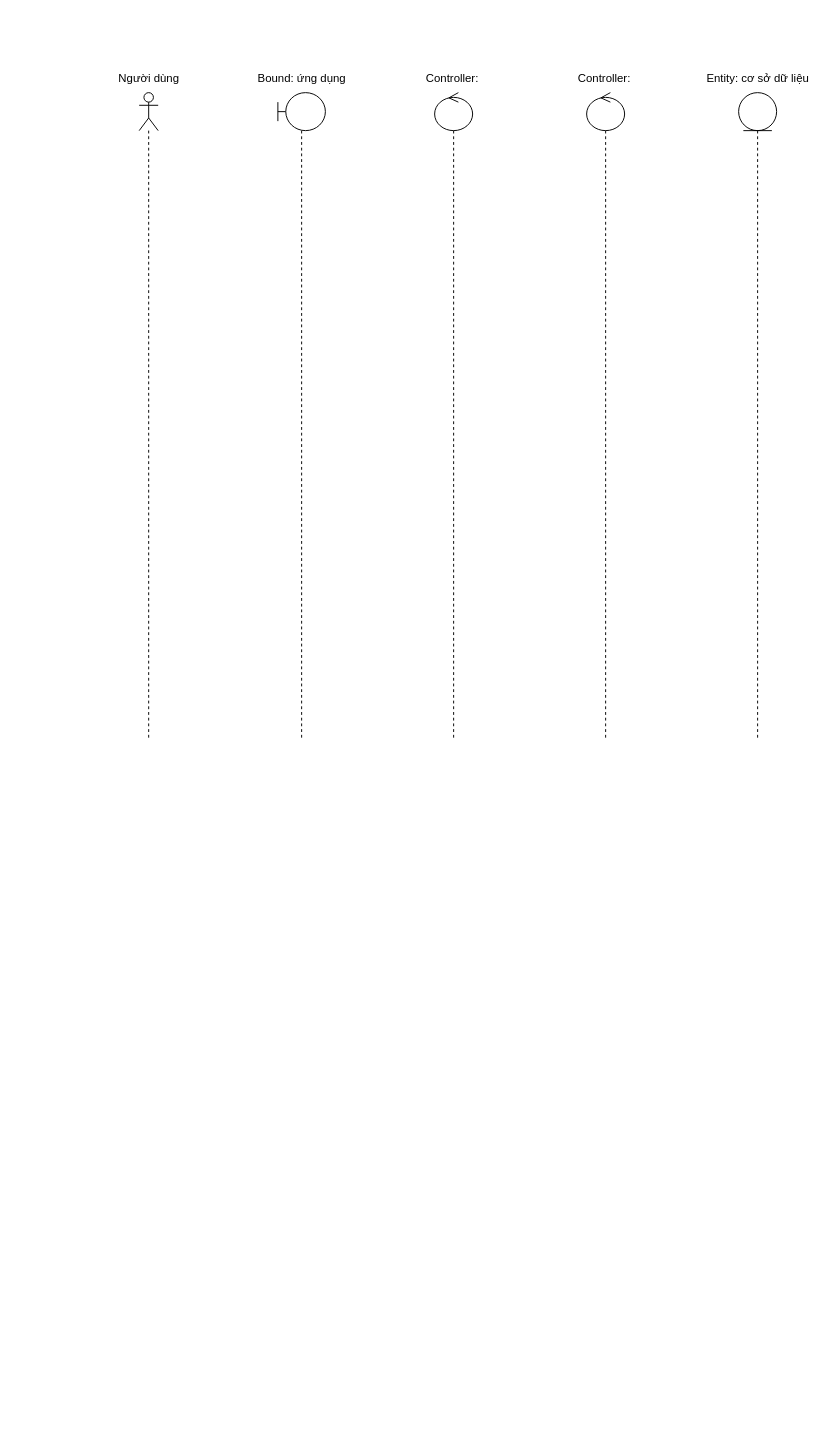
LTDat-HustK65/GP_main_system keeps this draw.io diagram as page "Trang-4" (4 of 4) of sequence_diagram.drawio. Above is the earlier version. Source tidied: cells renumbered, new cells numbered last; positions are measured from the earlier drawing's top-left corner, leaving out a move shared by most shapes. Both pictures are drawn from the tidied source at 95%, with x=0, y=0 at pixel (105, 64).
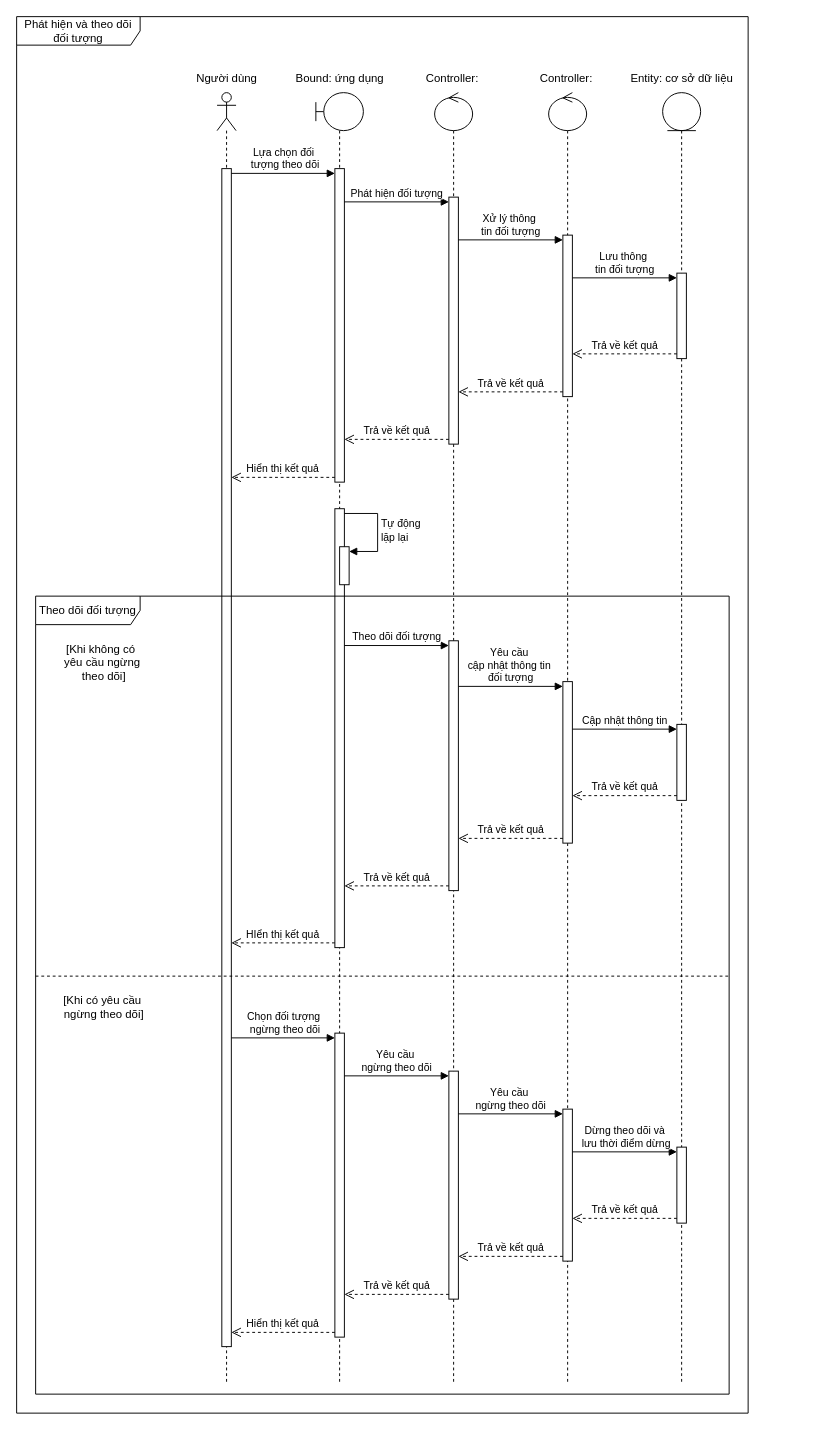
Above is the later version.

Commit message (it also covers changes not shown here):
Cập nhật sequence_diagram.drawio

The edit, as a diff of the source:
```diff
@@
-    <mxCell id="2" style="shape=umlLifeline;perimeter=lifelinePerimeter;whiteSpace=wrap;html=1;newEdgeStyle={&quot;curved&quot;:0,&quot;rounded&quot;:0};participant=umlActor;" parent="1" vertex="1">
-      <mxGeometry x="35" y="30" width="20" height="680" as="geometry" />
-    </mxCell>
-    <mxCell id="3" style="shape=umlLifeline;perimeter=lifelinePerimeter;whiteSpace=wrap;html=1;newEdgeStyle={&quot;curved&quot;:0,&quot;rounded&quot;:0};participant=umlBoundary;" parent="1" vertex="1">
-      <mxGeometry x="181" y="30" width="50" height="680" as="geometry" />
-    </mxCell>
-    <mxCell id="4" style="shape=umlLifeline;perimeter=lifelinePerimeter;whiteSpace=wrap;html=1;newEdgeStyle={&quot;curved&quot;:0,&quot;rounded&quot;:0};participant=umlEntity;" parent="1" vertex="1">
-      <mxGeometry x="666" y="30" width="40" height="680" as="geometry" />
-    </mxCell>
-    <mxCell id="5" style="shape=umlLifeline;perimeter=lifelinePerimeter;whiteSpace=wrap;html=1;newEdgeStyle={&quot;curved&quot;:0,&quot;rounded&quot;:0};participant=umlControl;" parent="1" vertex="1">
-      <mxGeometry x="346" y="30" width="40" height="680" as="geometry" />
-    </mxCell>
+    <mxCell id="12" style="shape=umlLifeline;perimeter=lifelinePerimeter;whiteSpace=wrap;html=1;newEdgeStyle={&quot;curved&quot;:0,&quot;rounded&quot;:0};participant=umlActor;" parent="1" vertex="1">
+      <mxGeometry x="117" y="30" width="20" height="1360" as="geometry" />
+    </mxCell>
+    <mxCell id="13" style="html=1;points=[[0,0,0,0,5],[0,1,0,0,-5],[1,0,0,0,5],[1,1,0,0,-5]];perimeter=orthogonalPerimeter;outlineConnect=0;targetShapes=umlLifeline;portConstraint=eastwest;newEdgeStyle={&quot;curved&quot;:0,&quot;rounded&quot;:0};" parent="12" vertex="1">
+      <mxGeometry x="5" y="80" width="10" height="1240" as="geometry" />
+    </mxCell>
+    <mxCell id="14" style="shape=umlLifeline;perimeter=lifelinePerimeter;whiteSpace=wrap;html=1;newEdgeStyle={&quot;curved&quot;:0,&quot;rounded&quot;:0};participant=umlBoundary;" parent="1" vertex="1">
+      <mxGeometry x="221" y="30" width="50" height="1360" as="geometry" />
+    </mxCell>
+    <mxCell id="15" style="html=1;points=[[0,0,0,0,5],[0,1,0,0,-5],[1,0,0,0,5],[1,1,0,0,-5]];perimeter=orthogonalPerimeter;outlineConnect=0;targetShapes=umlLifeline;portConstraint=eastwest;newEdgeStyle={&quot;curved&quot;:0,&quot;rounded&quot;:0};" parent="14" vertex="1">
+      <mxGeometry x="20" y="80" width="10" height="330" as="geometry" />
+    </mxCell>
+    <mxCell id="16" style="shape=umlLifeline;perimeter=lifelinePerimeter;whiteSpace=wrap;html=1;newEdgeStyle={&quot;curved&quot;:0,&quot;rounded&quot;:0};participant=umlEntity;" parent="1" vertex="1">
+      <mxGeometry x="586" y="30" width="40" height="1360" as="geometry" />
+    </mxCell>
+    <mxCell id="17" style="html=1;points=[[0,0,0,0,5],[0,1,0,0,-5],[1,0,0,0,5],[1,1,0,0,-5]];perimeter=orthogonalPerimeter;outlineConnect=0;targetShapes=umlLifeline;portConstraint=eastwest;newEdgeStyle={&quot;curved&quot;:0,&quot;rounded&quot;:0};" parent="16" vertex="1">
+      <mxGeometry x="15" y="190" width="10" height="90" as="geometry" />
+    </mxCell>
+    <mxCell id="18" style="shape=umlLifeline;perimeter=lifelinePerimeter;whiteSpace=wrap;html=1;newEdgeStyle={&quot;curved&quot;:0,&quot;rounded&quot;:0};participant=umlControl;" parent="1" vertex="1">
+      <mxGeometry x="346" y="30" width="40" height="1360" as="geometry" />
+    </mxCell>
+    <mxCell id="19" style="html=1;points=[[0,0,0,0,5],[0,1,0,0,-5],[1,0,0,0,5],[1,1,0,0,-5]];perimeter=orthogonalPerimeter;outlineConnect=0;targetShapes=umlLifeline;portConstraint=eastwest;newEdgeStyle={&quot;curved&quot;:0,&quot;rounded&quot;:0};" parent="18" vertex="1">
+      <mxGeometry x="15" y="110" width="10" height="260" as="geometry" />
+    </mxCell>
+    <mxCell id="20" style="html=1;points=[[0,0,0,0,5],[0,1,0,0,-5],[1,0,0,0,5],[1,1,0,0,-5]];perimeter=orthogonalPerimeter;outlineConnect=0;targetShapes=umlLifeline;portConstraint=eastwest;newEdgeStyle={&quot;curved&quot;:0,&quot;rounded&quot;:0};" parent="18" vertex="1">
+      <mxGeometry x="15" y="577" width="10" height="263" as="geometry" />
+    </mxCell>
     <mxCell id="6" value="Người dùng" style="text;html=1;align=center;verticalAlign=middle;strokeColor=none;fillColor=none;" parent="1" vertex="1">
-      <mxGeometry width="90" height="30" as="geometry" />
+      <mxGeometry x="82" width="90" height="30" as="geometry" />
     </mxCell>
     <mxCell id="7" value="Bound: ứng dụng" style="text;html=1;align=center;verticalAlign=middle;strokeColor=none;fillColor=none;" parent="1" vertex="1">
-      <mxGeometry x="146" width="120" height="30" as="geometry" />
+      <mxGeometry x="186" width="120" height="30" as="geometry" />
     </mxCell>
@@
-    <mxCell id="9" style="shape=umlLifeline;perimeter=lifelinePerimeter;whiteSpace=wrap;html=1;newEdgeStyle={&quot;curved&quot;:0,&quot;rounded&quot;:0};participant=umlControl;" parent="1" vertex="1">
-      <mxGeometry x="506" y="30" width="40" height="680" as="geometry" />
-    </mxCell>
+    <mxCell id="21" style="shape=umlLifeline;perimeter=lifelinePerimeter;whiteSpace=wrap;html=1;newEdgeStyle={&quot;curved&quot;:0,&quot;rounded&quot;:0};participant=umlControl;" parent="1" vertex="1">
+      <mxGeometry x="466" y="30" width="40" height="1360" as="geometry" />
+    </mxCell>
+    <mxCell id="22" style="html=1;points=[[0,0,0,0,5],[0,1,0,0,-5],[1,0,0,0,5],[1,1,0,0,-5]];perimeter=orthogonalPerimeter;outlineConnect=0;targetShapes=umlLifeline;portConstraint=eastwest;newEdgeStyle={&quot;curved&quot;:0,&quot;rounded&quot;:0};" parent="21" vertex="1">
+      <mxGeometry x="15" y="150" width="10" height="170" as="geometry" />
+    </mxCell>
+    <mxCell id="23" style="html=1;points=[[0,0,0,0,5],[0,1,0,0,-5],[1,0,0,0,5],[1,1,0,0,-5]];perimeter=orthogonalPerimeter;outlineConnect=0;targetShapes=umlLifeline;portConstraint=eastwest;newEdgeStyle={&quot;curved&quot;:0,&quot;rounded&quot;:0};" parent="21" vertex="1">
+      <mxGeometry x="15" y="620" width="10" height="170" as="geometry" />
+    </mxCell>
+    <mxCell id="24" style="html=1;points=[[0,0,0,0,5],[0,1,0,0,-5],[1,0,0,0,5],[1,1,0,0,-5]];perimeter=orthogonalPerimeter;outlineConnect=0;targetShapes=umlLifeline;portConstraint=eastwest;newEdgeStyle={&quot;curved&quot;:0,&quot;rounded&quot;:0};" parent="21" vertex="1">
+      <mxGeometry x="15" y="1070" width="10" height="160" as="geometry" />
+    </mxCell>
     <mxCell id="10" value="Controller:&amp;nbsp;" style="text;html=1;align=center;verticalAlign=middle;strokeColor=none;fillColor=none;" parent="1" vertex="1">
-      <mxGeometry x="486" width="80" height="30" as="geometry" />
+      <mxGeometry x="446" width="80" height="30" as="geometry" />
     </mxCell>
     <mxCell id="11" value="Entity: cơ sở dữ liệu" style="text;html=1;align=center;verticalAlign=middle;strokeColor=none;fillColor=none;" parent="1" vertex="1">
-      <mxGeometry x="621" width="130" height="30" as="geometry" />
+      <mxGeometry x="541" width="130" height="30" as="geometry" />
     </mxCell>
+    <mxCell id="25" value="Phát hiện và theo dõi đối tượng" style="shape=umlFrame;whiteSpace=wrap;html=1;width=130;height=30;" parent="1" vertex="1">
+      <mxGeometry x="-94" y="-50" width="770" height="1470" as="geometry" />
+    </mxCell>
+    <mxCell id="26" value="Lựa chọn đối&lt;div&gt;&amp;nbsp;tượng theo dõi&lt;/div&gt;" style="html=1;verticalAlign=bottom;endArrow=block;curved=0;rounded=0;exitX=1;exitY=0;exitDx=0;exitDy=5;exitPerimeter=0;" parent="1" edge="1" source="13" target="15">
+      <mxGeometry relative="1" as="geometry" />
+    </mxCell>
+    <mxCell id="27" value="Phát hiện đối tượng" style="html=1;verticalAlign=bottom;endArrow=block;curved=0;rounded=0;entryX=0;entryY=0;entryDx=0;entryDy=5;entryPerimeter=0;" parent="1" edge="1" source="15" target="19">
+      <mxGeometry relative="1" as="geometry" />
+    </mxCell>
+    <mxCell id="28" value="Xử lý thông&amp;nbsp;&lt;div&gt;tin đối tượng&lt;/div&gt;" style="html=1;verticalAlign=bottom;endArrow=block;curved=0;rounded=0;entryX=0;entryY=0;entryDx=0;entryDy=5;entryPerimeter=0;" parent="1" edge="1" source="19" target="22">
+      <mxGeometry relative="1" as="geometry" />
+    </mxCell>
+    <mxCell id="29" value="Lưu thông&amp;nbsp;&lt;div&gt;tin đối tượng&lt;/div&gt;" style="html=1;verticalAlign=bottom;endArrow=block;curved=0;rounded=0;entryX=0;entryY=0;entryDx=0;entryDy=5;entryPerimeter=0;" parent="1" edge="1" source="22" target="17">
+      <mxGeometry relative="1" as="geometry" />
+    </mxCell>
+    <mxCell id="30" value="Trả về kết quả" style="html=1;verticalAlign=bottom;endArrow=open;dashed=1;endSize=8;curved=0;rounded=0;exitX=0;exitY=1;exitDx=0;exitDy=-5;exitPerimeter=0;" parent="1" edge="1" source="17" target="22">
+      <mxGeometry relative="1" as="geometry" />
+    </mxCell>
+    <mxCell id="31" value="Trả về kết quả" style="html=1;verticalAlign=bottom;endArrow=open;dashed=1;endSize=8;curved=0;rounded=0;exitX=0;exitY=1;exitDx=0;exitDy=-5;exitPerimeter=0;" parent="1" edge="1" source="22" target="19">
+      <mxGeometry relative="1" as="geometry" />
+    </mxCell>
+    <mxCell id="32" value="Trả về kết quả" style="html=1;verticalAlign=bottom;endArrow=open;dashed=1;endSize=8;curved=0;rounded=0;exitX=0;exitY=1;exitDx=0;exitDy=-5;exitPerimeter=0;" parent="1" edge="1" source="19" target="15">
+      <mxGeometry relative="1" as="geometry" />
+    </mxCell>
+    <mxCell id="33" value="Hiển thị kết quả" style="html=1;verticalAlign=bottom;endArrow=open;dashed=1;endSize=8;curved=0;rounded=0;exitX=0;exitY=1;exitDx=0;exitDy=-5;exitPerimeter=0;" parent="1" edge="1" source="15" target="13">
+      <mxGeometry relative="1" as="geometry" />
+    </mxCell>
+    <mxCell id="34" style="html=1;points=[[0,0,0,0,5],[0,1,0,0,-5],[1,0,0,0,5],[1,1,0,0,-5]];perimeter=orthogonalPerimeter;outlineConnect=0;targetShapes=umlLifeline;portConstraint=eastwest;newEdgeStyle={&quot;curved&quot;:0,&quot;rounded&quot;:0};" parent="1" vertex="1">
+      <mxGeometry x="241" y="468" width="10" height="462" as="geometry" />
+    </mxCell>
+    <mxCell id="35" style="html=1;points=[[0,0,0,0,5],[0,1,0,0,-5],[1,0,0,0,5],[1,1,0,0,-5]];perimeter=orthogonalPerimeter;outlineConnect=0;targetShapes=umlLifeline;portConstraint=eastwest;newEdgeStyle={&quot;curved&quot;:0,&quot;rounded&quot;:0};" parent="1" vertex="1">
+      <mxGeometry x="246" y="508" width="10" height="40" as="geometry" />
+    </mxCell>
+    <mxCell id="36" value="Tự động&lt;div&gt;lặp lại&lt;/div&gt;" style="html=1;align=left;spacingLeft=2;endArrow=block;rounded=0;edgeStyle=orthogonalEdgeStyle;curved=0;rounded=0;exitX=1;exitY=0;exitDx=0;exitDy=5;exitPerimeter=0;" parent="1" edge="1" source="34" target="35">
+      <mxGeometry relative="1" as="geometry">
+        <Array as="points">
+          <mxPoint x="286" y="473" />
+          <mxPoint x="286" y="513" />
+        </Array>
+      </mxGeometry>
+    </mxCell>
+    <mxCell id="37" value="Theo dõi đối tượng" style="shape=umlFrame;whiteSpace=wrap;html=1;width=110;height=30;" parent="1" vertex="1">
+      <mxGeometry x="-74" y="560" width="730" height="840" as="geometry" />
+    </mxCell>
+    <mxCell id="38" style="endArrow=none;dashed=1;html=1;rounded=0;exitX=0;exitY=0.5;exitDx=0;exitDy=0;exitPerimeter=0;entryX=1;entryY=0.5;entryDx=0;entryDy=0;entryPerimeter=0;" parent="1" edge="1">
+      <mxGeometry relative="1" as="geometry">
+        <mxPoint x="-74" y="960" as="sourcePoint" />
+        <mxPoint x="656" y="960" as="targetPoint" />
+      </mxGeometry>
+    </mxCell>
+    <mxCell id="39" value="[Khi không có&amp;nbsp;&lt;div&gt;yêu cầu ngừng&lt;/div&gt;&lt;div&gt;&amp;nbsp;theo dõi]&lt;/div&gt;" style="text;html=1;align=center;verticalAlign=middle;strokeColor=none;fillColor=none;" parent="1" vertex="1">
+      <mxGeometry x="-54" y="600" width="100" height="60" as="geometry" />
+    </mxCell>
+    <mxCell id="40" value="Theo dõi đối tượng" style="html=1;verticalAlign=bottom;endArrow=block;curved=0;rounded=0;entryX=0;entryY=0;entryDx=0;entryDy=5;entryPerimeter=0;" parent="1" edge="1" source="34" target="20">
+      <mxGeometry relative="1" as="geometry" />
+    </mxCell>
+    <mxCell id="41" value="Yêu cầu&amp;nbsp;&lt;div&gt;cập nhật thông tin&amp;nbsp;&lt;div&gt;đối tượng&lt;/div&gt;&lt;/div&gt;" style="html=1;verticalAlign=bottom;endArrow=block;curved=0;rounded=0;entryX=0;entryY=0;entryDx=0;entryDy=5;entryPerimeter=0;" parent="1" edge="1" source="20" target="23">
+      <mxGeometry relative="1" as="geometry" />
+    </mxCell>
+    <mxCell id="42" style="html=1;points=[[0,0,0,0,5],[0,1,0,0,-5],[1,0,0,0,5],[1,1,0,0,-5]];perimeter=orthogonalPerimeter;outlineConnect=0;targetShapes=umlLifeline;portConstraint=eastwest;newEdgeStyle={&quot;curved&quot;:0,&quot;rounded&quot;:0};" parent="1" vertex="1">
+      <mxGeometry x="601" y="695" width="10" height="80" as="geometry" />
+    </mxCell>
+    <mxCell id="43" value="Cập nhật thông tin" style="html=1;verticalAlign=bottom;endArrow=block;curved=0;rounded=0;entryX=0;entryY=0;entryDx=0;entryDy=5;entryPerimeter=0;" parent="1" edge="1" source="23" target="42">
+      <mxGeometry relative="1" as="geometry" />
+    </mxCell>
+    <mxCell id="44" value="Trả về kết quả" style="html=1;verticalAlign=bottom;endArrow=open;dashed=1;endSize=8;curved=0;rounded=0;exitX=0;exitY=1;exitDx=0;exitDy=-5;exitPerimeter=0;" parent="1" edge="1" source="42" target="23">
+      <mxGeometry relative="1" as="geometry" />
+    </mxCell>
+    <mxCell id="45" value="Trả về kết quả" style="html=1;verticalAlign=bottom;endArrow=open;dashed=1;endSize=8;curved=0;rounded=0;exitX=0;exitY=1;exitDx=0;exitDy=-5;exitPerimeter=0;" parent="1" edge="1" source="23" target="20">
+      <mxGeometry relative="1" as="geometry" />
+    </mxCell>
+    <mxCell id="46" value="Trả về kết quả" style="html=1;verticalAlign=bottom;endArrow=open;dashed=1;endSize=8;curved=0;rounded=0;exitX=0;exitY=1;exitDx=0;exitDy=-5;exitPerimeter=0;" parent="1" edge="1" source="20" target="34">
+      <mxGeometry relative="1" as="geometry" />
+    </mxCell>
+    <mxCell id="47" value="HIển thị kết quả" style="html=1;verticalAlign=bottom;endArrow=open;dashed=1;endSize=8;curved=0;rounded=0;exitX=0;exitY=1;exitDx=0;exitDy=-5;exitPerimeter=0;" parent="1" edge="1" source="34" target="13">
+      <mxGeometry relative="1" as="geometry" />
+    </mxCell>
+    <mxCell id="48" value="[Khi có yêu cầu&lt;div&gt;&amp;nbsp;ngừng theo dõi]&lt;/div&gt;" style="text;html=1;align=center;verticalAlign=middle;strokeColor=none;fillColor=none;" parent="1" vertex="1">
+      <mxGeometry x="-59" y="973" width="110" height="40" as="geometry" />
+    </mxCell>
+    <mxCell id="49" style="html=1;points=[[0,0,0,0,5],[0,1,0,0,-5],[1,0,0,0,5],[1,1,0,0,-5]];perimeter=orthogonalPerimeter;outlineConnect=0;targetShapes=umlLifeline;portConstraint=eastwest;newEdgeStyle={&quot;curved&quot;:0,&quot;rounded&quot;:0};" parent="1" vertex="1">
+      <mxGeometry x="241" y="1020" width="10" height="320" as="geometry" />
+    </mxCell>
+    <mxCell id="50" value="Chọn đối tượng&lt;div&gt;&amp;nbsp;ngừng theo dõi&lt;/div&gt;" style="html=1;verticalAlign=bottom;endArrow=block;curved=0;rounded=0;entryX=0;entryY=0;entryDx=0;entryDy=5;entryPerimeter=0;" parent="1" edge="1" source="13" target="49">
+      <mxGeometry relative="1" as="geometry" />
+    </mxCell>
+    <mxCell id="51" style="html=1;points=[[0,0,0,0,5],[0,1,0,0,-5],[1,0,0,0,5],[1,1,0,0,-5]];perimeter=orthogonalPerimeter;outlineConnect=0;targetShapes=umlLifeline;portConstraint=eastwest;newEdgeStyle={&quot;curved&quot;:0,&quot;rounded&quot;:0};" parent="1" vertex="1">
+      <mxGeometry x="361" y="1060" width="10" height="240" as="geometry" />
+    </mxCell>
+    <mxCell id="52" value="Yêu cầu&amp;nbsp;&lt;div&gt;ngừng theo dõi&lt;/div&gt;" style="html=1;verticalAlign=bottom;endArrow=block;curved=0;rounded=0;entryX=0;entryY=0;entryDx=0;entryDy=5;entryPerimeter=0;" parent="1" edge="1" source="49" target="51">
+      <mxGeometry relative="1" as="geometry" />
+    </mxCell>
+    <mxCell id="53" value="Yêu cầu&amp;nbsp;&lt;div&gt;ngừng theo dõi&lt;/div&gt;" style="html=1;verticalAlign=bottom;endArrow=block;curved=0;rounded=0;entryX=0;entryY=0;entryDx=0;entryDy=5;entryPerimeter=0;" parent="1" edge="1" source="51" target="24">
+      <mxGeometry relative="1" as="geometry" />
+    </mxCell>
+    <mxCell id="54" style="html=1;points=[[0,0,0,0,5],[0,1,0,0,-5],[1,0,0,0,5],[1,1,0,0,-5]];perimeter=orthogonalPerimeter;outlineConnect=0;targetShapes=umlLifeline;portConstraint=eastwest;newEdgeStyle={&quot;curved&quot;:0,&quot;rounded&quot;:0};" parent="1" vertex="1">
+      <mxGeometry x="601" y="1140" width="10" height="80" as="geometry" />
+    </mxCell>
+    <mxCell id="55" value="Dừng theo dõi và&lt;div&gt;&amp;nbsp;lưu thời điểm dừng&lt;/div&gt;" style="html=1;verticalAlign=bottom;endArrow=block;curved=0;rounded=0;entryX=0;entryY=0;entryDx=0;entryDy=5;entryPerimeter=0;" parent="1" edge="1" source="24" target="54">
+      <mxGeometry relative="1" as="geometry" />
+    </mxCell>
+    <mxCell id="56" value="Trả về kết quả" style="html=1;verticalAlign=bottom;endArrow=open;dashed=1;endSize=8;curved=0;rounded=0;exitX=0;exitY=1;exitDx=0;exitDy=-5;exitPerimeter=0;" parent="1" edge="1" source="54" target="24">
+      <mxGeometry relative="1" as="geometry" />
+    </mxCell>
+    <mxCell id="57" value="Trả về kết quả" style="html=1;verticalAlign=bottom;endArrow=open;dashed=1;endSize=8;curved=0;rounded=0;exitX=0;exitY=1;exitDx=0;exitDy=-5;exitPerimeter=0;" parent="1" edge="1" source="24" target="51">
+      <mxGeometry relative="1" as="geometry" />
+    </mxCell>
+    <mxCell id="58" value="Trả về kết quả" style="html=1;verticalAlign=bottom;endArrow=open;dashed=1;endSize=8;curved=0;rounded=0;exitX=0;exitY=1;exitDx=0;exitDy=-5;exitPerimeter=0;" parent="1" edge="1" source="51" target="49">
+      <mxGeometry relative="1" as="geometry" />
+    </mxCell>
+    <mxCell id="59" value="Hiển thị kết quả" style="html=1;verticalAlign=bottom;endArrow=open;dashed=1;endSize=8;curved=0;rounded=0;exitX=0;exitY=1;exitDx=0;exitDy=-5;exitPerimeter=0;" parent="1" edge="1" source="49" target="13">
+      <mxGeometry relative="1" as="geometry" />
+    </mxCell>
```
